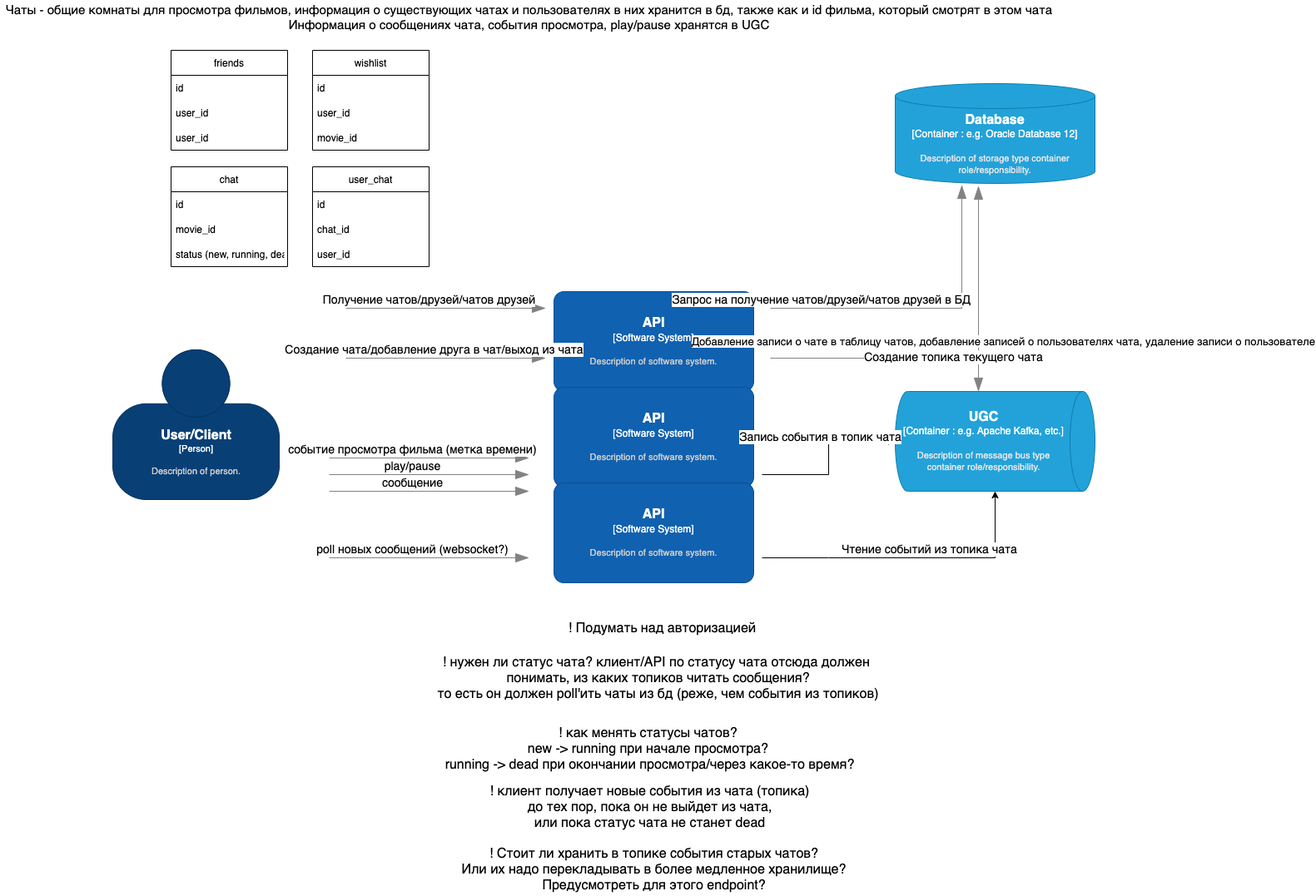
The draw.io diagram docs/draft_1.png in TheZavitaev/Fakeflix_movie_together, before a commit. Source tidied: cells renumbered, new cells last; positions are measured from the earlier drawing's top-left corner, leaving out a move shared by most shapes.
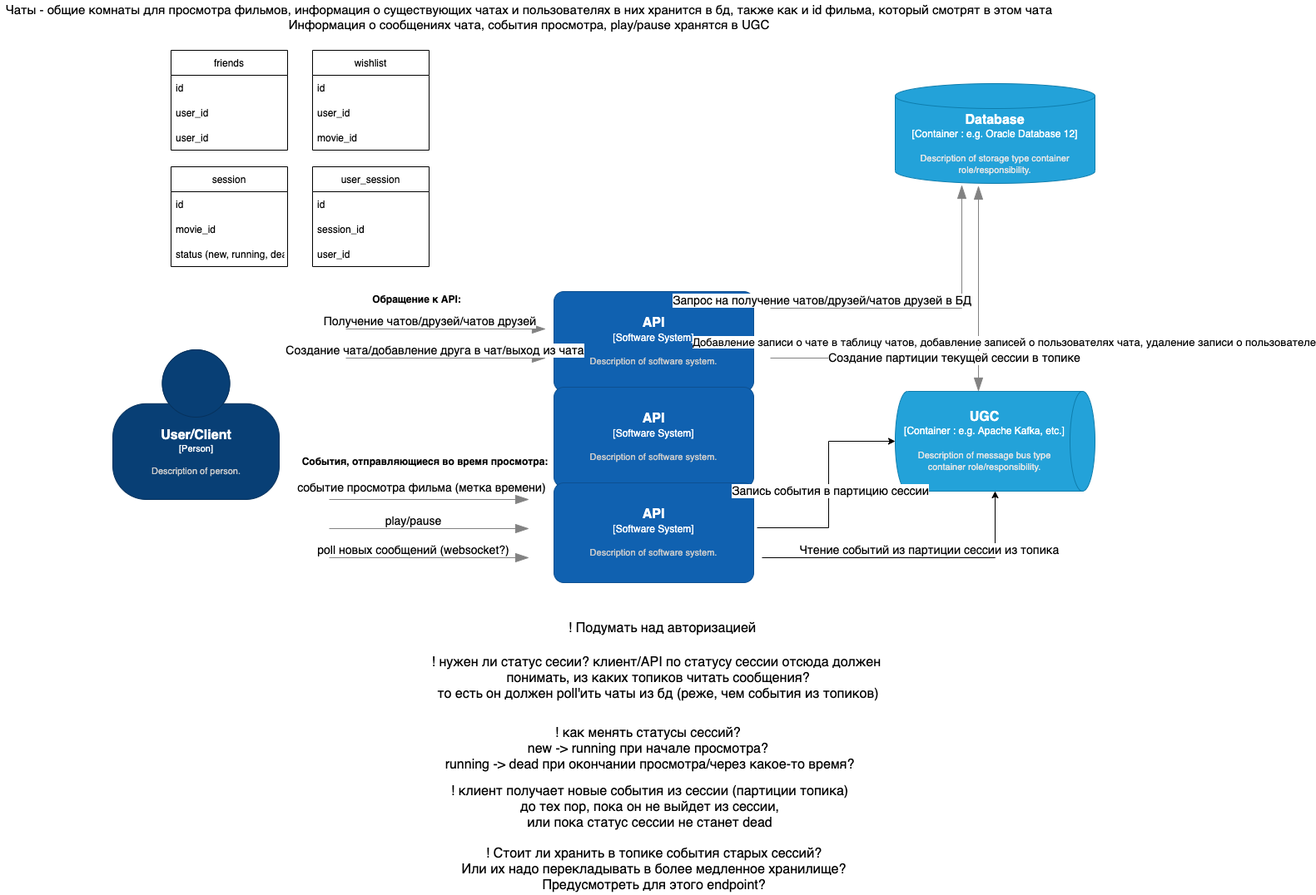
The same diagram one commit later.

The edit, as a diff of the source:
```diff
@@ -28,8 +28,8 @@
     <object id="6" label="" c4Type="Relationship" placeholders="1">
       <mxCell style="endArrow=blockThin;html=1;fontSize=10;fontColor=#404040;strokeWidth=1;endFill=1;strokeColor=#828282;elbow=vertical;endSize=14;startSize=14;jumpStyle=arc;jumpSize=16;rounded=0;edgeStyle=orthogonalEdgeStyle;" parent="1" edge="1">
         <mxGeometry relative="1" as="geometry">
-          <mxPoint x="415" y="370" as="sourcePoint" />
-          <mxPoint x="655" y="370" as="targetPoint" />
+          <mxPoint x="415" y="395" as="sourcePoint" />
+          <mxPoint x="655" y="395" as="targetPoint" />
         </mxGeometry>
       </mxCell>
     </object>
@@ -56,21 +56,21 @@
     <object id="11" label="" c4Type="Relationship" placeholders="1">
       <mxCell style="endArrow=blockThin;html=1;fontSize=10;fontColor=#404040;strokeWidth=1;endFill=1;strokeColor=#828282;elbow=vertical;endSize=14;startSize=14;jumpStyle=arc;jumpSize=16;rounded=0;edgeStyle=orthogonalEdgeStyle;" parent="1" edge="1">
         <mxGeometry relative="1" as="geometry">
-          <mxPoint x="395" y="550" as="sourcePoint" />
-          <mxPoint x="635" y="550" as="targetPoint" />
+          <mxPoint x="395" y="600" as="sourcePoint" />
+          <mxPoint x="635" y="600" as="targetPoint" />
         </mxGeometry>
       </mxCell>
     </object>
     <mxCell id="12" value="&lt;font style=&quot;font-size: 14px&quot;&gt;событие просмотра фильма (метка времени)&lt;/font&gt;" style="edgeLabel;html=1;align=center;verticalAlign=middle;" parent="11" vertex="1">
       <mxGeometry x="0.12" y="2" relative="1" as="geometry">
-        <mxPoint x="-35" y="-8" as="offset" />
+        <mxPoint x="-25" y="-13" as="offset" />
       </mxGeometry>
     </mxCell>
     <object id="13" label="" c4Type="Relationship" placeholders="1">
       <mxCell style="endArrow=blockThin;html=1;fontSize=10;fontColor=#404040;strokeWidth=1;endFill=1;strokeColor=#828282;elbow=vertical;endSize=14;startSize=14;jumpStyle=arc;jumpSize=16;rounded=0;edgeStyle=orthogonalEdgeStyle;" parent="1" edge="1">
         <mxGeometry relative="1" as="geometry">
-          <mxPoint x="395" y="570" as="sourcePoint" />
-          <mxPoint x="635" y="570" as="targetPoint" />
+          <mxPoint x="395" y="635" as="sourcePoint" />
+          <mxPoint x="635" y="635" as="targetPoint" />
         </mxGeometry>
       </mxCell>
     </object>
@@ -79,19 +79,6 @@
         <mxPoint x="-35" y="-8" as="offset" />
       </mxGeometry>
     </mxCell>
-    <object id="15" label="" c4Type="Relationship" placeholders="1">
-      <mxCell style="endArrow=blockThin;html=1;fontSize=10;fontColor=#404040;strokeWidth=1;endFill=1;strokeColor=#828282;elbow=vertical;endSize=14;startSize=14;jumpStyle=arc;jumpSize=16;rounded=0;edgeStyle=orthogonalEdgeStyle;" parent="1" edge="1">
-        <mxGeometry relative="1" as="geometry">
-          <mxPoint x="395" y="590" as="sourcePoint" />
-          <mxPoint x="635" y="590" as="targetPoint" />
-        </mxGeometry>
-      </mxCell>
-    </object>
-    <mxCell id="16" value="&lt;font style=&quot;font-size: 14px&quot;&gt;сообщение&lt;/font&gt;" style="edgeLabel;html=1;align=center;verticalAlign=middle;" parent="15" vertex="1">
-      <mxGeometry x="0.12" y="2" relative="1" as="geometry">
-        <mxPoint x="-35" y="-8" as="offset" />
-      </mxGeometry>
-    </mxCell>
     <object id="17" label="&lt;font style=&quot;font-size: 16px&quot;&gt;&lt;b&gt;%c4Type%&lt;/font&gt;&lt;div&gt;[%c4Container%:&amp;nbsp;%c4Technology%]&lt;/div&gt;&lt;br&gt;&lt;div&gt;&lt;font style=&quot;font-size: 11px&quot;&gt;&lt;font color=&quot;#E6E6E6&quot;&gt;%c4Description%&lt;/font&gt;&lt;/div&gt;" c4Container="Container " c4Description="Description of storage type container role/responsibility." c4Technology="e.g. Oracle Database 12" c4Type="Database" placeholders="1">
       <mxCell style="shape=cylinder3;size=15;whiteSpace=wrap;html=1;boundedLbl=1;rounded=0;labelBackgroundColor=none;fillColor=#23A2D9;fontSize=12;fontColor=#ffffff;align=center;strokeColor=#0E7DAD;" parent="1" vertex="1">
         <mxGeometry x="1075" y="100" width="240" height="120" as="geometry" />
@@ -135,7 +122,7 @@
         </mxGeometry>
       </mxCell>
     </object>
-    <mxCell id="23" value="&lt;font style=&quot;font-size: 14px&quot;&gt;Создание топика текущего чата&lt;/font&gt;" style="edgeLabel;html=1;align=center;verticalAlign=middle;" parent="22" vertex="1">
+    <mxCell id="23" value="&lt;font style=&quot;font-size: 14px&quot;&gt;Создание партиции текущей сессии в топике&lt;/font&gt;" style="edgeLabel;html=1;align=center;verticalAlign=middle;" parent="22" vertex="1">
       <mxGeometry x="0.5" y="1" relative="1" as="geometry" />
     </mxCell>
     <object id="24" label="" c4Type="Relationship" placeholders="1">
@@ -155,16 +142,15 @@
         <mxPoint x="-152" y="-8" as="offset" />
       </mxGeometry>
     </mxCell>
-    <mxCell id="26" style="endArrow=classic;html=1;rounded=0;entryX=0.5;entryY=1;entryDx=0;entryDy=0;entryPerimeter=0;" parent="1" edge="1" target="8">
+    <mxCell id="26" style="endArrow=classic;html=1;rounded=0;entryX=0.5;entryY=1;entryDx=0;entryDy=0;entryPerimeter=0;exitX=1.017;exitY=0.45;exitDx=0;exitDy=0;exitPerimeter=0;" parent="1" edge="1" source="10" target="8">
       <mxGeometry relative="1" as="geometry">
-        <mxPoint x="915" y="570" as="sourcePoint" />
         <Array as="points">
-          <mxPoint x="995" y="570" />
+          <mxPoint x="995" y="634" />
           <mxPoint x="995" y="530" />
         </Array>
       </mxGeometry>
     </mxCell>
-    <mxCell id="27" value="&lt;font style=&quot;font-size: 14px&quot;&gt;Запись события в топик чата&lt;/font&gt;" style="edgeLabel;html=1;align=center;verticalAlign=middle;" parent="26" vertex="1">
+    <mxCell id="27" value="&lt;font style=&quot;font-size: 14px&quot;&gt;Запись события в партицию сессии&lt;/font&gt;" style="edgeLabel;html=1;align=center;verticalAlign=middle;" parent="26" vertex="1">
       <mxGeometry x="-0.52" y="-3" relative="1" as="geometry">
         <mxPoint x="22" y="-48" as="offset" />
       </mxGeometry>
@@ -178,7 +164,7 @@
         </Array>
       </mxGeometry>
     </mxCell>
-    <mxCell id="29" value="&lt;font style=&quot;font-size: 14px&quot;&gt;Чтение событий из топика чата&lt;/font&gt;" style="edgeLabel;html=1;align=center;verticalAlign=middle;" parent="28" vertex="1">
+    <mxCell id="29" value="&lt;font style=&quot;font-size: 14px&quot;&gt;Чтение событий из партиции сессии из топика&lt;/font&gt;" style="edgeLabel;html=1;align=center;verticalAlign=middle;" parent="28" vertex="1">
       <mxGeometry x="-0.52" y="-3" relative="1" as="geometry">
         <mxPoint x="114" y="-13" as="offset" />
       </mxGeometry>
@@ -207,7 +193,7 @@
     <mxCell id="37" value="movie_id" style="text;strokeColor=none;fillColor=none;align=left;verticalAlign=middle;spacingLeft=4;spacingRight=4;overflow=hidden;" parent="34" vertex="1">
       <mxGeometry y="90" width="140" height="30" as="geometry" />
     </mxCell>
-    <mxCell id="38" value="chat" style="swimlane;fontStyle=0;horizontal=1;startSize=30;" parent="1" vertex="1">
+    <mxCell id="38" value="session" style="swimlane;fontStyle=0;horizontal=1;startSize=30;" parent="1" vertex="1">
       <mxGeometry x="205" y="200" width="140" height="120" as="geometry" />
     </mxCell>
     <mxCell id="39" value="id" style="text;strokeColor=none;fillColor=none;align=left;verticalAlign=middle;spacingLeft=4;spacingRight=4;overflow=hidden;" parent="38" vertex="1">
@@ -219,16 +205,16 @@
     <mxCell id="41" value="status (new, running, dead)" style="text;strokeColor=none;fillColor=none;align=left;verticalAlign=middle;spacingLeft=4;spacingRight=4;overflow=hidden;" parent="38" vertex="1">
       <mxGeometry y="90" width="140" height="30" as="geometry" />
     </mxCell>
-    <mxCell id="42" value="&lt;font style=&quot;font-size: 16px&quot;&gt;! нужен ли статус чата? клиент/API по статусу чата отсюда должен &lt;br&gt;понимать, из каких топиков читать сообщения?&lt;br&gt;то есть он должен poll'ить чаты из бд (реже, чем события из топиков)&lt;/font&gt;" style="text;html=1;align=center;verticalAlign=middle;strokeColor=none;fillColor=none;" parent="1" vertex="1">
-      <mxGeometry x="515" y="790" width="550" height="50" as="geometry" />
+    <mxCell id="42" value="&lt;font style=&quot;font-size: 16px&quot;&gt;! нужен ли статус сесии? клиент/API по статусу сессии отсюда должен &lt;br&gt;понимать, из каких топиков читать сообщения?&lt;br&gt;то есть он должен poll'ить чаты из бд (реже, чем события из топиков)&lt;/font&gt;" style="text;html=1;align=center;verticalAlign=middle;strokeColor=none;fillColor=none;" parent="1" vertex="1">
+      <mxGeometry x="510" y="790" width="560" height="50" as="geometry" />
     </mxCell>
-    <mxCell id="43" value="user_chat" style="swimlane;fontStyle=0;horizontal=1;startSize=30;" parent="1" vertex="1">
+    <mxCell id="43" value="user_session" style="swimlane;fontStyle=0;horizontal=1;startSize=30;" parent="1" vertex="1">
       <mxGeometry x="375" y="200" width="140" height="120" as="geometry" />
     </mxCell>
     <mxCell id="44" value="id" style="text;strokeColor=none;fillColor=none;align=left;verticalAlign=middle;spacingLeft=4;spacingRight=4;overflow=hidden;" parent="43" vertex="1">
       <mxGeometry y="30" width="140" height="30" as="geometry" />
     </mxCell>
-    <mxCell id="45" value="chat_id" style="text;strokeColor=none;fillColor=none;align=left;verticalAlign=middle;spacingLeft=4;spacingRight=4;overflow=hidden;" parent="43" vertex="1">
+    <mxCell id="45" value="session_id" style="text;strokeColor=none;fillColor=none;align=left;verticalAlign=middle;spacingLeft=4;spacingRight=4;overflow=hidden;" parent="43" vertex="1">
       <mxGeometry y="60" width="140" height="30" as="geometry" />
     </mxCell>
     <mxCell id="46" value="user_id" style="text;strokeColor=none;fillColor=none;align=left;verticalAlign=middle;spacingLeft=4;spacingRight=4;overflow=hidden;" parent="43" vertex="1">
@@ -240,14 +226,20 @@
     <mxCell id="48" value="&lt;font style=&quot;font-size: 16px&quot;&gt;! Подумать над авторизацией&lt;/font&gt;" style="text;html=1;align=center;verticalAlign=middle;strokeColor=none;fillColor=none;" parent="1" vertex="1">
       <mxGeometry x="675" y="745" width="240" height="20" as="geometry" />
     </mxCell>
-    <mxCell id="49" value="&lt;font style=&quot;font-size: 16px&quot;&gt;! как менять статусы чатов? &lt;br&gt;new -&amp;gt; running при начале просмотра? &lt;br&gt;running -&amp;gt; dead при окончании просмотра/через какое-то время?&lt;/font&gt;" style="text;html=1;align=center;verticalAlign=middle;strokeColor=none;fillColor=none;" parent="1" vertex="1">
+    <mxCell id="49" value="&lt;font style=&quot;font-size: 16px&quot;&gt;! как менять статусы сессий? &lt;br&gt;new -&amp;gt; running при начале просмотра? &lt;br&gt;running -&amp;gt; dead при окончании просмотра/через какое-то время?&lt;/font&gt;" style="text;html=1;align=center;verticalAlign=middle;strokeColor=none;fillColor=none;" parent="1" vertex="1">
       <mxGeometry x="525" y="875" width="510" height="50" as="geometry" />
     </mxCell>
-    <mxCell id="50" value="&lt;font style=&quot;font-size: 16px&quot;&gt;! клиент получает новые события из чата (топика)&lt;br&gt;&amp;nbsp;до тех пор, пока он не выйдет из чата, &lt;br&gt;или пока статус чата не станет dead&lt;/font&gt;" style="text;html=1;align=center;verticalAlign=middle;strokeColor=none;fillColor=none;" parent="1" vertex="1">
-      <mxGeometry x="580" y="945" width="400" height="50" as="geometry" />
+    <mxCell id="50" value="&lt;font style=&quot;font-size: 16px&quot;&gt;! клиент получает новые события из сессии (партиции топика)&lt;br&gt;&amp;nbsp;до тех пор, пока он не выйдет из сессии, &lt;br&gt;или пока статус сессии не станет dead&lt;/font&gt;" style="text;html=1;align=center;verticalAlign=middle;strokeColor=none;fillColor=none;" parent="1" vertex="1">
+      <mxGeometry x="535" y="945" width="490" height="50" as="geometry" />
     </mxCell>
-    <mxCell id="51" value="&lt;font style=&quot;font-size: 16px&quot;&gt;! Стоит ли хранить в топике события старых чатов?&lt;br&gt;Или их надо перекладывать в более медленное хранилище?&lt;br&gt;Предусмотреть для этого endpoint?&lt;/font&gt;" style="text;html=1;align=center;verticalAlign=middle;strokeColor=none;fillColor=none;fontSize=14;" parent="1" vertex="1">
+    <mxCell id="51" value="&lt;font style=&quot;font-size: 16px&quot;&gt;! Стоит ли хранить в топике события старых сессий?&lt;br&gt;Или их надо перекладывать в более медленное хранилище?&lt;br&gt;Предусмотреть для этого endpoint?&lt;/font&gt;" style="text;html=1;align=center;verticalAlign=middle;strokeColor=none;fillColor=none;fontSize=14;" parent="1" vertex="1">
       <mxGeometry x="545" y="1015" width="480" height="60" as="geometry" />
     </mxCell>
+    <mxCell id="52" value="&lt;b&gt;События, отправляющиеся во время просмотра:&lt;/b&gt;" style="text;html=1;align=center;verticalAlign=middle;strokeColor=none;fillColor=none;" parent="1" vertex="1">
+      <mxGeometry x="355" y="545" width="310" height="20" as="geometry" />
+    </mxCell>
+    <mxCell id="53" value="&lt;b&gt;Обращение к API:&lt;/b&gt;" style="text;html=1;align=center;verticalAlign=middle;strokeColor=none;fillColor=none;" parent="1" vertex="1">
+      <mxGeometry x="440" y="350" width="120" height="20" as="geometry" />
+    </mxCell>
   </root>
 </mxGraphModel>
```
